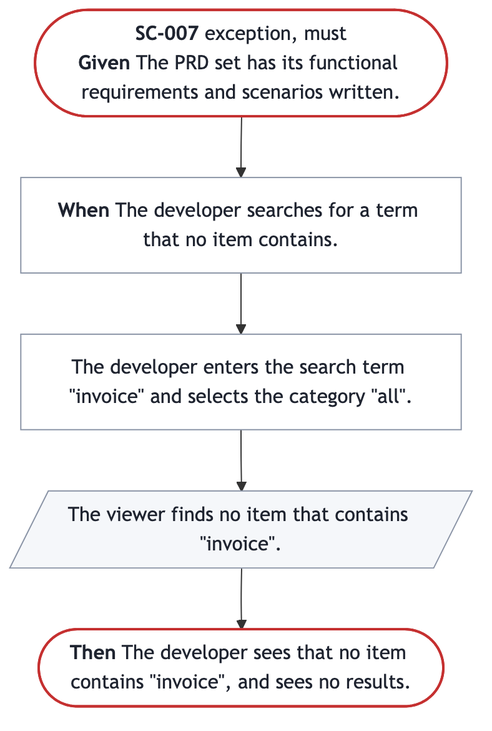
SpillwaveSolutions/prd-forge-viewer keeps this Mermaid diagram as docs/prd/prd-forge-viewer/diagrams/SC-007.png. Above is the earlier version. Its source is kept beside it as docs/prd/prd-forge-viewer/diagrams/SC-007.mmd. Its diagram source:
```mermaid
%%{init: {"flowchart": {"wrappingWidth": 300}}}%%
flowchart TB
  start(["<b>SC-007</b> exception, must<br/><b>Given</b> The PRD set has its functional requirements and scenarios written."])
  trigger["<b>When</b> The developer searches for a term that no item contains."]
  s0["The developer enters the search term #quot;invoice#quot; and selects the category #quot;all#quot;."]
  s1[/"The viewer finds no item that contains #quot;invoice#quot;."/]
  done(["<b>Then</b> The developer sees that no item contains #quot;invoice#quot;, and sees no results."])
  start --> trigger --> s0 --> s1 --> done
  classDef ends fill:#FFFFFF,stroke:#C53030,stroke-width:2px,color:#1F2430
  classDef sees fill:#F5F7FA,stroke:#8A94A6,color:#1F2430
  classDef does fill:#FFFFFF,stroke:#8A94A6,color:#1F2430
  class start,done ends
  class s0 does
  class s1 sees
  class trigger does
```
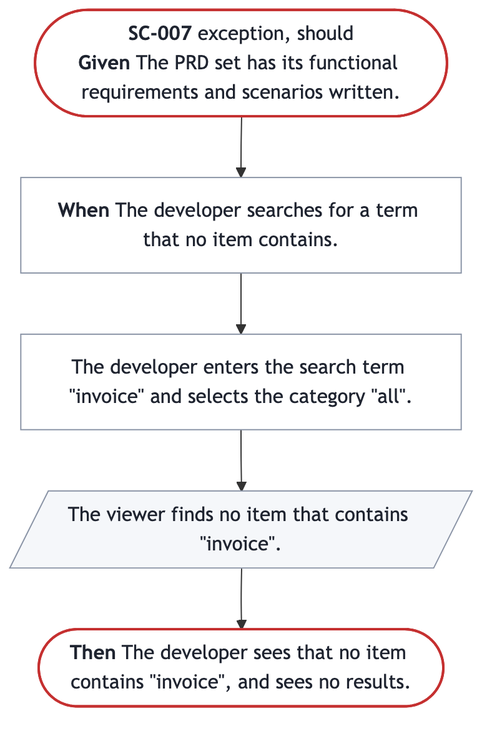
Later version of the same file.

The edit, as a diff of the source:
```diff
@@ -1,6 +1,6 @@
 %%{init: {"flowchart": {"wrappingWidth": 300}}}%%
 flowchart TB
-  start(["<b>SC-007</b> exception, must<br/><b>Given</b> The PRD set has its functional requirements and scenarios written."])
+  start(["<b>SC-007</b> exception, should<br/><b>Given</b> The PRD set has its functional requirements and scenarios written."])
   trigger["<b>When</b> The developer searches for a term that no item contains."]
   s0["The developer enters the search term #quot;invoice#quot; and selects the category #quot;all#quot;."]
   s1[/"The viewer finds no item that contains #quot;invoice#quot;."/]
```
